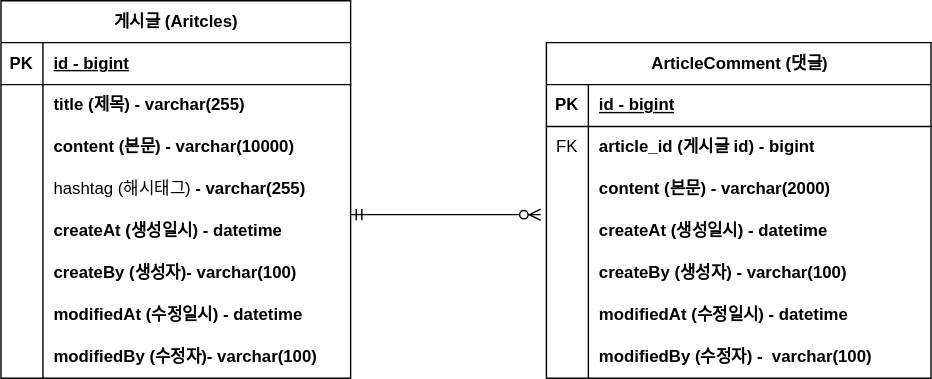
Before: documents/borad_project_erd.svg, a diagram exported from draw.io (Junsgram/board-project). Source tidied: cells renumbered, new cells last; positions are measured from the earlier drawing's top-left corner, leaving out a move shared by most shapes.
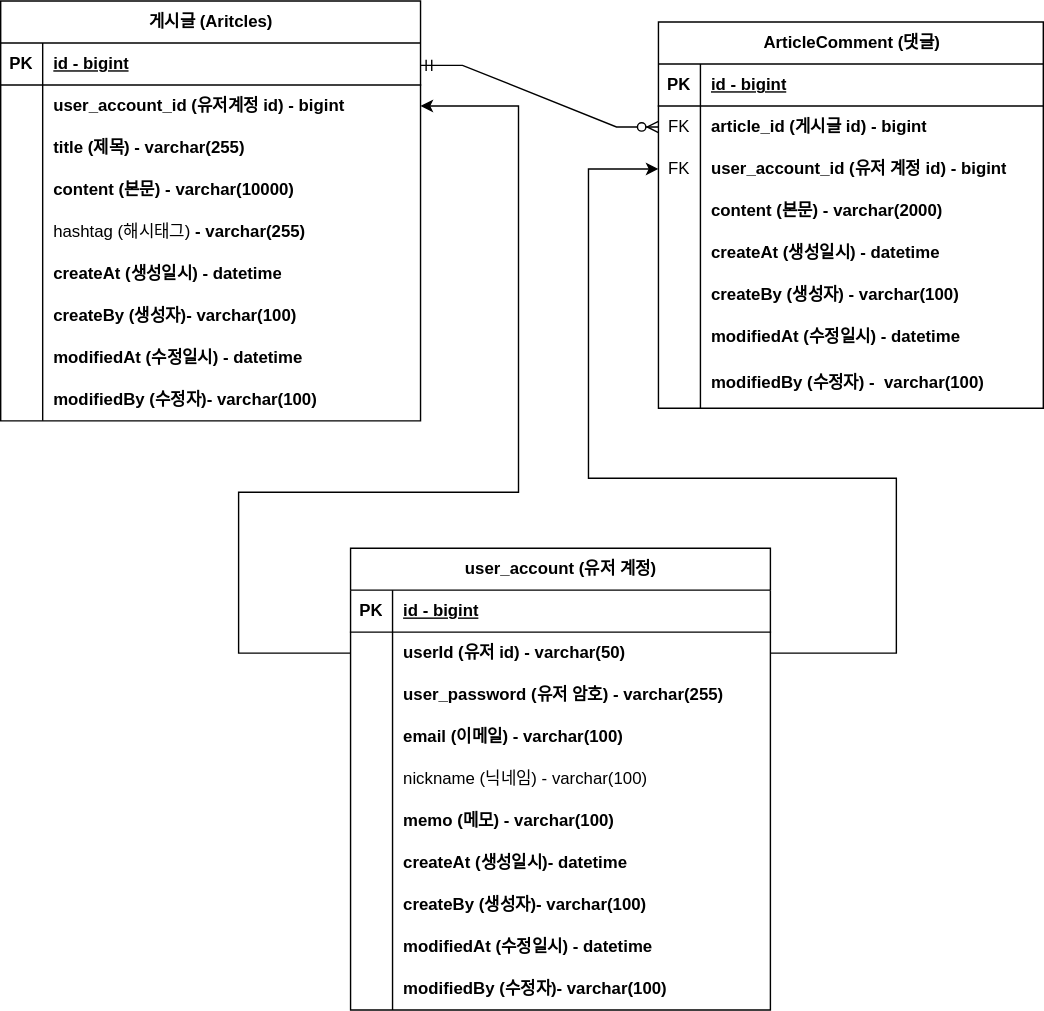
After the change.

What changed in the source:
```diff
@@ -5,6 +5,6 @@
     <mxCell id="2" value="게시글 (Aritcles)" style="shape=table;startSize=30;rowLines=0;fontStyle=1;align=center;html=1;" parent="1" vertex="1">
-      <mxGeometry width="250" height="270" as="geometry" />
+      <mxGeometry y="-1" width="300" height="300" as="geometry" />
     </mxCell>
     <mxCell id="3" style="shape=tableRow;horizontal=0;startSize=0;swimlaneHead=0;swimlaneBody=0;fillColor=none;top=0;left=0;right=0;bottom=1;" parent="2" vertex="1">
-      <mxGeometry y="30" width="250" height="30" as="geometry" />
+      <mxGeometry y="30" width="300" height="30" as="geometry" />
     </mxCell>
@@ -14,6 +14,6 @@
     <mxCell id="5" value="id - bigint" style="shape=partialRectangle;fillColor=none;top=0;left=0;bottom=0;right=0;align=left;spacingLeft=6;fontStyle=5;overflow=hidden;whiteSpace=wrap;html=1;" parent="3" vertex="1">
-      <mxGeometry x="30" width="220" height="30" as="geometry" />
+      <mxGeometry x="30" width="270" height="30" as="geometry" />
     </mxCell>
     <mxCell id="6" style="shape=tableRow;horizontal=0;startSize=0;swimlaneHead=0;swimlaneBody=0;fillColor=none;points=[[0,0.5],[1,0.5]];portConstraint=eastwest;top=0;left=0;right=0;bottom=0;" parent="2" vertex="1">
-      <mxGeometry y="60" width="250" height="30" as="geometry" />
+      <mxGeometry y="60" width="300" height="30" as="geometry" />
     </mxCell>
@@ -22,7 +22,16 @@
     </mxCell>
-    <mxCell id="8" value="title (제목) - varchar(255)&amp;nbsp;" style="shape=partialRectangle;fillColor=none;top=0;left=0;bottom=0;right=0;align=left;spacingLeft=6;overflow=hidden;whiteSpace=wrap;html=1;fontStyle=1;" parent="6" vertex="1">
-      <mxGeometry x="30" width="220" height="30" as="geometry" />
+    <mxCell id="8" value="user_account_id (유저계정 id) - bigint&amp;nbsp;" style="shape=partialRectangle;fillColor=none;top=0;left=0;bottom=0;right=0;align=left;spacingLeft=6;overflow=hidden;whiteSpace=wrap;html=1;fontStyle=1;" parent="6" vertex="1">
+      <mxGeometry x="30" width="270" height="30" as="geometry" />
     </mxCell>
+    <mxCell id="50" style="shape=tableRow;horizontal=0;startSize=0;swimlaneHead=0;swimlaneBody=0;fillColor=none;top=0;left=0;right=0;bottom=0;" parent="2" vertex="1">
+      <mxGeometry y="90" width="300" height="30" as="geometry" />
+    </mxCell>
+    <mxCell id="51" style="shape=partialRectangle;fillColor=none;top=0;left=0;bottom=0;right=0;overflow=hidden;whiteSpace=wrap;html=1;" parent="50" vertex="1">
+      <mxGeometry width="30" height="30" as="geometry" />
+    </mxCell>
+    <mxCell id="52" value="title (제목) - varchar(255)&amp;nbsp;" style="shape=partialRectangle;fillColor=none;top=0;left=0;bottom=0;right=0;align=left;spacingLeft=6;overflow=hidden;whiteSpace=wrap;html=1;fontStyle=1;" parent="50" vertex="1">
+      <mxGeometry x="30" width="270" height="30" as="geometry" />
+    </mxCell>
     <mxCell id="9" style="shape=tableRow;horizontal=0;startSize=0;swimlaneHead=0;swimlaneBody=0;fillColor=none;top=0;left=0;right=0;bottom=0;" parent="2" vertex="1">
-      <mxGeometry y="90" width="250" height="30" as="geometry" />
+      <mxGeometry y="120" width="300" height="30" as="geometry" />
     </mxCell>
@@ -32,6 +41,6 @@
     <mxCell id="11" value="content (본문) - varchar(10000)&amp;nbsp;" style="shape=partialRectangle;fillColor=none;top=0;left=0;bottom=0;right=0;align=left;spacingLeft=6;overflow=hidden;whiteSpace=wrap;html=1;fontStyle=1;" parent="9" vertex="1">
-      <mxGeometry x="30" width="220" height="30" as="geometry" />
+      <mxGeometry x="30" width="270" height="30" as="geometry" />
     </mxCell>
     <mxCell id="12" style="shape=tableRow;horizontal=0;startSize=0;swimlaneHead=0;swimlaneBody=0;fillColor=none;top=0;left=0;right=0;bottom=0;" parent="2" vertex="1">
-      <mxGeometry y="120" width="250" height="30" as="geometry" />
+      <mxGeometry y="150" width="300" height="30" as="geometry" />
     </mxCell>
@@ -41,6 +50,6 @@
     <mxCell id="14" value="hashtag (해시태그)&amp;nbsp;&lt;span style=&quot;font-weight: 700;&quot;&gt;- varchar(255)&lt;/span&gt;&lt;span style=&quot;font-weight: 700;&quot;&gt;&amp;nbsp;&lt;/span&gt;" style="shape=partialRectangle;fillColor=none;top=0;left=0;bottom=0;right=0;align=left;spacingLeft=6;overflow=hidden;whiteSpace=wrap;html=1;" parent="12" vertex="1">
-      <mxGeometry x="30" width="220" height="30" as="geometry" />
+      <mxGeometry x="30" width="270" height="30" as="geometry" />
     </mxCell>
     <mxCell id="15" style="shape=tableRow;horizontal=0;startSize=0;swimlaneHead=0;swimlaneBody=0;fillColor=none;points=[[0,0.5],[1,0.5]];portConstraint=eastwest;top=0;left=0;right=0;bottom=0;" parent="2" vertex="1">
-      <mxGeometry y="150" width="250" height="30" as="geometry" />
+      <mxGeometry y="180" width="300" height="30" as="geometry" />
     </mxCell>
@@ -50,6 +59,6 @@
     <mxCell id="17" value="createAt (생성일시) - datetime" style="shape=partialRectangle;fillColor=none;top=0;left=0;bottom=0;right=0;align=left;spacingLeft=6;overflow=hidden;whiteSpace=wrap;html=1;fontStyle=1;" parent="15" vertex="1">
-      <mxGeometry x="30" width="220" height="30" as="geometry" />
+      <mxGeometry x="30" width="270" height="30" as="geometry" />
     </mxCell>
     <mxCell id="18" style="shape=tableRow;horizontal=0;startSize=0;swimlaneHead=0;swimlaneBody=0;fillColor=none;top=0;left=0;right=0;bottom=0;" parent="2" vertex="1">
-      <mxGeometry y="180" width="250" height="30" as="geometry" />
+      <mxGeometry y="210" width="300" height="30" as="geometry" />
     </mxCell>
@@ -59,6 +68,6 @@
     <mxCell id="20" value="createBy (생성자)- varchar(100)" style="shape=partialRectangle;fillColor=none;top=0;left=0;bottom=0;right=0;align=left;spacingLeft=6;overflow=hidden;whiteSpace=wrap;html=1;fontStyle=1;" parent="18" vertex="1">
-      <mxGeometry x="30" width="220" height="30" as="geometry" />
+      <mxGeometry x="30" width="270" height="30" as="geometry" />
     </mxCell>
     <mxCell id="21" style="shape=tableRow;horizontal=0;startSize=0;swimlaneHead=0;swimlaneBody=0;fillColor=none;top=0;left=0;right=0;bottom=0;" parent="2" vertex="1">
-      <mxGeometry y="210" width="250" height="30" as="geometry" />
+      <mxGeometry y="240" width="300" height="30" as="geometry" />
     </mxCell>
@@ -68,6 +77,6 @@
     <mxCell id="23" value="modifiedAt (수정일시) - datetime" style="shape=partialRectangle;fillColor=none;top=0;left=0;bottom=0;right=0;align=left;spacingLeft=6;overflow=hidden;whiteSpace=wrap;html=1;fontStyle=1;" parent="21" vertex="1">
-      <mxGeometry x="30" width="220" height="30" as="geometry" />
+      <mxGeometry x="30" width="270" height="30" as="geometry" />
     </mxCell>
     <mxCell id="24" style="shape=tableRow;horizontal=0;startSize=0;swimlaneHead=0;swimlaneBody=0;fillColor=none;top=0;left=0;right=0;bottom=0;" parent="2" vertex="1">
-      <mxGeometry y="240" width="250" height="30" as="geometry" />
+      <mxGeometry y="270" width="300" height="30" as="geometry" />
     </mxCell>
@@ -77,6 +86,6 @@
     <mxCell id="26" value="modifiedBy (수정자)- varchar(100)" style="shape=partialRectangle;fillColor=none;top=0;left=0;bottom=0;right=0;align=left;spacingLeft=6;overflow=hidden;whiteSpace=wrap;html=1;fontStyle=1;" parent="24" vertex="1">
-      <mxGeometry x="30" width="220" height="30" as="geometry" />
+      <mxGeometry x="30" width="270" height="30" as="geometry" />
     </mxCell>
     <mxCell id="27" value="ArticleComment (댓글)" style="shape=table;startSize=30;rowLines=0;fontStyle=1;align=center;html=1;" parent="1" vertex="1">
-      <mxGeometry x="390" y="30" width="275" height="240" as="geometry" />
+      <mxGeometry x="470" y="14" width="275" height="276" as="geometry" />
     </mxCell>
@@ -100,4 +109,13 @@
     </mxCell>
+    <mxCell id="53" style="shape=tableRow;horizontal=0;startSize=0;swimlaneHead=0;swimlaneBody=0;fillColor=none;points=[[0,0.5],[1,0.5]];portConstraint=eastwest;top=0;left=0;right=0;bottom=0;" parent="27" vertex="1">
+      <mxGeometry y="90" width="275" height="30" as="geometry" />
+    </mxCell>
+    <mxCell id="54" value="FK" style="shape=partialRectangle;fillColor=none;top=0;left=0;bottom=0;right=0;overflow=hidden;whiteSpace=wrap;html=1;" parent="53" vertex="1">
+      <mxGeometry width="30" height="30" as="geometry" />
+    </mxCell>
+    <mxCell id="55" value="user_account_id (유저 계정 id) - bigint" style="shape=partialRectangle;fillColor=none;top=0;left=0;bottom=0;right=0;align=left;spacingLeft=6;overflow=hidden;whiteSpace=wrap;html=1;fontStyle=1;" parent="53" vertex="1">
+      <mxGeometry x="30" width="245" height="30" as="geometry" />
+    </mxCell>
     <mxCell id="34" style="shape=tableRow;horizontal=0;startSize=0;swimlaneHead=0;swimlaneBody=0;fillColor=none;top=0;left=0;right=0;bottom=0;" parent="27" vertex="1">
-      <mxGeometry y="90" width="275" height="30" as="geometry" />
+      <mxGeometry y="120" width="275" height="30" as="geometry" />
     </mxCell>
@@ -110,3 +128,3 @@
     <mxCell id="37" style="shape=tableRow;horizontal=0;startSize=0;swimlaneHead=0;swimlaneBody=0;fillColor=none;points=[[0,0.5],[1,0.5]];portConstraint=eastwest;top=0;left=0;right=0;bottom=0;" parent="27" vertex="1">
-      <mxGeometry y="120" width="275" height="30" as="geometry" />
+      <mxGeometry y="150" width="275" height="30" as="geometry" />
     </mxCell>
@@ -119,3 +137,3 @@
     <mxCell id="40" style="shape=tableRow;horizontal=0;startSize=0;swimlaneHead=0;swimlaneBody=0;fillColor=none;top=0;left=0;right=0;bottom=0;" parent="27" vertex="1">
-      <mxGeometry y="150" width="275" height="30" as="geometry" />
+      <mxGeometry y="180" width="275" height="30" as="geometry" />
     </mxCell>
@@ -128,3 +146,3 @@
     <mxCell id="43" style="shape=tableRow;horizontal=0;startSize=0;swimlaneHead=0;swimlaneBody=0;fillColor=none;top=0;left=0;right=0;bottom=0;" parent="27" vertex="1">
-      <mxGeometry y="180" width="275" height="30" as="geometry" />
+      <mxGeometry y="210" width="275" height="30" as="geometry" />
     </mxCell>
@@ -137,13 +155,128 @@
     <mxCell id="46" style="shape=tableRow;horizontal=0;startSize=0;swimlaneHead=0;swimlaneBody=0;fillColor=none;top=0;left=0;right=0;bottom=0;" parent="27" vertex="1">
-      <mxGeometry y="210" width="275" height="30" as="geometry" />
+      <mxGeometry y="240" width="275" height="36" as="geometry" />
     </mxCell>
     <mxCell id="47" style="shape=partialRectangle;fillColor=none;top=0;left=0;bottom=0;right=0;overflow=hidden;whiteSpace=wrap;html=1;" parent="46" vertex="1">
-      <mxGeometry width="30" height="30" as="geometry" />
+      <mxGeometry width="30" height="36" as="geometry" />
     </mxCell>
     <mxCell id="48" value="modifiedBy (수정자) -&amp;nbsp;&amp;nbsp;varchar(100)" style="shape=partialRectangle;fillColor=none;top=0;left=0;bottom=0;right=0;align=left;spacingLeft=6;overflow=hidden;whiteSpace=wrap;html=1;fontStyle=1;" parent="46" vertex="1">
-      <mxGeometry x="30" width="245" height="30" as="geometry" />
+      <mxGeometry x="30" width="245" height="36" as="geometry" />
     </mxCell>
-    <mxCell id="49" style="edgeStyle=entityRelationEdgeStyle;fontSize=12;html=1;endArrow=ERzeroToMany;startArrow=ERmandOne;rounded=0;exitX=1;exitY=0.1;exitDx=0;exitDy=0;exitPerimeter=0;entryX=-0.015;entryY=0.1;entryDx=0;entryDy=0;entryPerimeter=0;" parent="1" edge="1" source="15" target="37">
-      <mxGeometry relative="1" as="geometry" />
+    <mxCell id="49" style="edgeStyle=entityRelationEdgeStyle;fontSize=12;html=1;endArrow=ERzeroToMany;startArrow=ERmandOne;rounded=0;exitX=1;exitY=0.1;exitDx=0;exitDy=0;exitPerimeter=0;entryX=0;entryY=0.5;entryDx=0;entryDy=0;" parent="1" edge="1" target="31">
+      <mxGeometry relative="1" as="geometry">
+        <mxPoint x="300" y="45" as="sourcePoint" />
+      </mxGeometry>
     </mxCell>
+    <mxCell id="56" value="user_account (유저 계정)" style="shape=table;startSize=30;rowLines=0;fontStyle=1;align=center;html=1;" parent="1" vertex="1">
+      <mxGeometry x="250" y="390" width="300" height="330" as="geometry" />
+    </mxCell>
+    <mxCell id="57" style="shape=tableRow;horizontal=0;startSize=0;swimlaneHead=0;swimlaneBody=0;fillColor=none;top=0;left=0;right=0;bottom=1;" parent="56" vertex="1">
+      <mxGeometry y="30" width="300" height="30" as="geometry" />
+    </mxCell>
+    <mxCell id="58" value="PK" style="shape=partialRectangle;fillColor=none;top=0;left=0;bottom=0;right=0;fontStyle=1;overflow=hidden;whiteSpace=wrap;html=1;" parent="57" vertex="1">
+      <mxGeometry width="30" height="30" as="geometry" />
+    </mxCell>
+    <mxCell id="59" value="id - bigint" style="shape=partialRectangle;fillColor=none;top=0;left=0;bottom=0;right=0;align=left;spacingLeft=6;fontStyle=5;overflow=hidden;whiteSpace=wrap;html=1;" parent="57" vertex="1">
+      <mxGeometry x="30" width="270" height="30" as="geometry" />
+    </mxCell>
+    <mxCell id="60" style="shape=tableRow;horizontal=0;startSize=0;swimlaneHead=0;swimlaneBody=0;fillColor=none;points=[[0,0.5],[1,0.5]];portConstraint=eastwest;top=0;left=0;right=0;bottom=0;" parent="56" vertex="1">
+      <mxGeometry y="60" width="300" height="30" as="geometry" />
+    </mxCell>
+    <mxCell id="61" style="shape=partialRectangle;fillColor=none;top=0;left=0;bottom=0;right=0;overflow=hidden;whiteSpace=wrap;html=1;" parent="60" vertex="1">
+      <mxGeometry width="30" height="30" as="geometry" />
+    </mxCell>
+    <mxCell id="62" value="userId (유저 id) - varchar(50)" style="shape=partialRectangle;fillColor=none;top=0;left=0;bottom=0;right=0;align=left;spacingLeft=6;overflow=hidden;whiteSpace=wrap;html=1;fontStyle=1;" parent="60" vertex="1">
+      <mxGeometry x="30" width="270" height="30" as="geometry" />
+    </mxCell>
+    <mxCell id="63" style="shape=tableRow;horizontal=0;startSize=0;swimlaneHead=0;swimlaneBody=0;fillColor=none;top=0;left=0;right=0;bottom=0;" parent="56" vertex="1">
+      <mxGeometry y="90" width="300" height="30" as="geometry" />
+    </mxCell>
+    <mxCell id="64" style="shape=partialRectangle;fillColor=none;top=0;left=0;bottom=0;right=0;overflow=hidden;whiteSpace=wrap;html=1;" parent="63" vertex="1">
+      <mxGeometry width="30" height="30" as="geometry" />
+    </mxCell>
+    <mxCell id="65" value="user_password (유저 암호) - varchar(255)" style="shape=partialRectangle;fillColor=none;top=0;left=0;bottom=0;right=0;align=left;spacingLeft=6;overflow=hidden;whiteSpace=wrap;html=1;fontStyle=1;" parent="63" vertex="1">
+      <mxGeometry x="30" width="270" height="30" as="geometry" />
+    </mxCell>
+    <mxCell id="66" style="shape=tableRow;horizontal=0;startSize=0;swimlaneHead=0;swimlaneBody=0;fillColor=none;top=0;left=0;right=0;bottom=0;" parent="56" vertex="1">
+      <mxGeometry y="120" width="300" height="30" as="geometry" />
+    </mxCell>
+    <mxCell id="67" style="shape=partialRectangle;fillColor=none;top=0;left=0;bottom=0;right=0;overflow=hidden;whiteSpace=wrap;html=1;" parent="66" vertex="1">
+      <mxGeometry width="30" height="30" as="geometry" />
+    </mxCell>
+    <mxCell id="68" value="email (이메일) - varchar(100)" style="shape=partialRectangle;fillColor=none;top=0;left=0;bottom=0;right=0;align=left;spacingLeft=6;overflow=hidden;whiteSpace=wrap;html=1;fontStyle=1;" parent="66" vertex="1">
+      <mxGeometry x="30" width="270" height="30" as="geometry" />
+    </mxCell>
+    <mxCell id="69" style="shape=tableRow;horizontal=0;startSize=0;swimlaneHead=0;swimlaneBody=0;fillColor=none;top=0;left=0;right=0;bottom=0;" parent="56" vertex="1">
+      <mxGeometry y="150" width="300" height="30" as="geometry" />
+    </mxCell>
+    <mxCell id="70" style="shape=partialRectangle;fillColor=none;top=0;left=0;bottom=0;right=0;overflow=hidden;whiteSpace=wrap;html=1;" parent="69" vertex="1">
+      <mxGeometry width="30" height="30" as="geometry" />
+    </mxCell>
+    <mxCell id="71" value="nickname (닉네임) - varchar(100)" style="shape=partialRectangle;fillColor=none;top=0;left=0;bottom=0;right=0;align=left;spacingLeft=6;overflow=hidden;whiteSpace=wrap;html=1;" parent="69" vertex="1">
+      <mxGeometry x="30" width="270" height="30" as="geometry" />
+    </mxCell>
+    <mxCell id="72" style="shape=tableRow;horizontal=0;startSize=0;swimlaneHead=0;swimlaneBody=0;fillColor=none;top=0;left=0;right=0;bottom=0;" parent="56" vertex="1">
+      <mxGeometry y="180" width="300" height="30" as="geometry" />
+    </mxCell>
+    <mxCell id="73" style="shape=partialRectangle;fillColor=none;top=0;left=0;bottom=0;right=0;overflow=hidden;whiteSpace=wrap;html=1;" parent="72" vertex="1">
+      <mxGeometry width="30" height="30" as="geometry" />
+    </mxCell>
+    <mxCell id="74" value="memo (메모) - varchar(100)" style="shape=partialRectangle;fillColor=none;top=0;left=0;bottom=0;right=0;align=left;spacingLeft=6;overflow=hidden;whiteSpace=wrap;html=1;fontStyle=1;" parent="72" vertex="1">
+      <mxGeometry x="30" width="270" height="30" as="geometry" />
+    </mxCell>
+    <mxCell id="75" style="shape=tableRow;horizontal=0;startSize=0;swimlaneHead=0;swimlaneBody=0;fillColor=none;top=0;left=0;right=0;bottom=0;" parent="56" vertex="1">
+      <mxGeometry y="210" width="300" height="30" as="geometry" />
+    </mxCell>
+    <mxCell id="76" style="shape=partialRectangle;fillColor=none;top=0;left=0;bottom=0;right=0;overflow=hidden;whiteSpace=wrap;html=1;" parent="75" vertex="1">
+      <mxGeometry width="30" height="30" as="geometry" />
+    </mxCell>
+    <mxCell id="77" value="createAt (생성일시)- datetime" style="shape=partialRectangle;fillColor=none;top=0;left=0;bottom=0;right=0;align=left;spacingLeft=6;overflow=hidden;whiteSpace=wrap;html=1;fontStyle=1;" parent="75" vertex="1">
+      <mxGeometry x="30" width="270" height="30" as="geometry" />
+    </mxCell>
+    <mxCell id="78" style="shape=tableRow;horizontal=0;startSize=0;swimlaneHead=0;swimlaneBody=0;fillColor=none;top=0;left=0;right=0;bottom=0;" parent="56" vertex="1">
+      <mxGeometry y="240" width="300" height="30" as="geometry" />
+    </mxCell>
+    <mxCell id="79" style="shape=partialRectangle;fillColor=none;top=0;left=0;bottom=0;right=0;overflow=hidden;whiteSpace=wrap;html=1;" parent="78" vertex="1">
+      <mxGeometry width="30" height="30" as="geometry" />
+    </mxCell>
+    <mxCell id="80" value="createBy (생성자)- varchar(100)" style="shape=partialRectangle;fillColor=none;top=0;left=0;bottom=0;right=0;align=left;spacingLeft=6;overflow=hidden;whiteSpace=wrap;html=1;fontStyle=1;" parent="78" vertex="1">
+      <mxGeometry x="30" width="270" height="30" as="geometry" />
+    </mxCell>
+    <mxCell id="81" style="shape=tableRow;horizontal=0;startSize=0;swimlaneHead=0;swimlaneBody=0;fillColor=none;top=0;left=0;right=0;bottom=0;" parent="56" vertex="1">
+      <mxGeometry y="270" width="300" height="30" as="geometry" />
+    </mxCell>
+    <mxCell id="82" style="shape=partialRectangle;fillColor=none;top=0;left=0;bottom=0;right=0;overflow=hidden;whiteSpace=wrap;html=1;" parent="81" vertex="1">
+      <mxGeometry width="30" height="30" as="geometry" />
+    </mxCell>
+    <mxCell id="83" value="modifiedAt (수정일시) - datetime" style="shape=partialRectangle;fillColor=none;top=0;left=0;bottom=0;right=0;align=left;spacingLeft=6;overflow=hidden;whiteSpace=wrap;html=1;fontStyle=1;" parent="81" vertex="1">
+      <mxGeometry x="30" width="270" height="30" as="geometry" />
+    </mxCell>
+    <mxCell id="84" style="shape=tableRow;horizontal=0;startSize=0;swimlaneHead=0;swimlaneBody=0;fillColor=none;top=0;left=0;right=0;bottom=0;" parent="56" vertex="1">
+      <mxGeometry y="300" width="300" height="30" as="geometry" />
+    </mxCell>
+    <mxCell id="85" style="shape=partialRectangle;fillColor=none;top=0;left=0;bottom=0;right=0;overflow=hidden;whiteSpace=wrap;html=1;" parent="84" vertex="1">
+      <mxGeometry width="30" height="30" as="geometry" />
+    </mxCell>
+    <mxCell id="86" value="modifiedBy (수정자)- varchar(100)" style="shape=partialRectangle;fillColor=none;top=0;left=0;bottom=0;right=0;align=left;spacingLeft=6;overflow=hidden;whiteSpace=wrap;html=1;fontStyle=1;" parent="84" vertex="1">
+      <mxGeometry x="30" width="270" height="30" as="geometry" />
+    </mxCell>
+    <mxCell id="87" style="edgeStyle=orthogonalEdgeStyle;rounded=0;jettySize=auto;html=1;entryX=0;entryY=0.5;entryDx=0;entryDy=0;" parent="1" edge="1" source="60" target="53">
+      <mxGeometry relative="1" as="geometry">
+        <Array as="points">
+          <mxPoint x="640" y="465" />
+          <mxPoint x="640" y="340" />
+          <mxPoint x="420" y="340" />
+          <mxPoint x="420" y="119" />
+        </Array>
+      </mxGeometry>
+    </mxCell>
+    <mxCell id="88" style="edgeStyle=orthogonalEdgeStyle;rounded=0;jettySize=auto;html=1;entryX=1;entryY=0.5;entryDx=0;entryDy=0;" parent="1" edge="1" source="60" target="6">
+      <mxGeometry relative="1" as="geometry">
+        <Array as="points">
+          <mxPoint x="170" y="465" />
+          <mxPoint x="170" y="350" />
+          <mxPoint x="370" y="350" />
+          <mxPoint x="370" y="74" />
+        </Array>
+      </mxGeometry>
+    </mxCell>
   </root>
```
